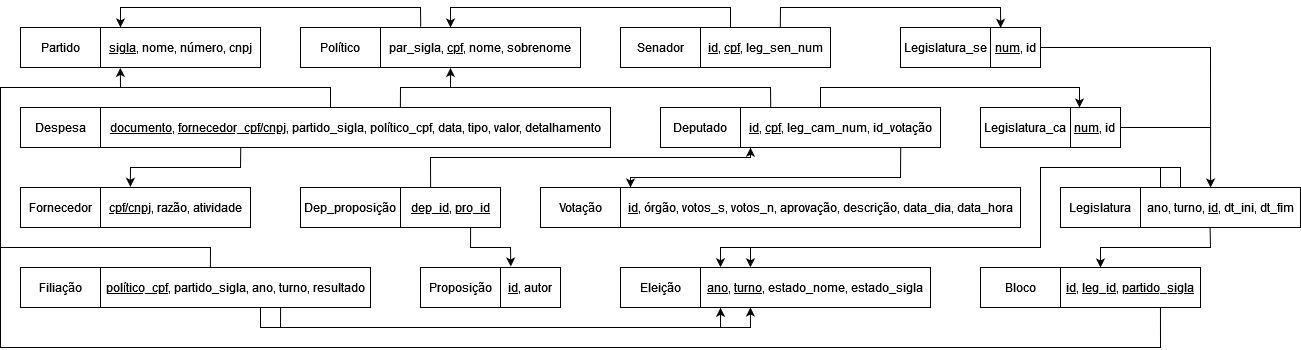
Earlier version of the draw.io export Modelo_Relacional.drawio.png (EnzoGuido1/Sistema-de-analise-de-dados-abertos). Source tidied: cells renumbered, new cells last; positions are measured from the earlier drawing's top-left corner, leaving out a move shared by most shapes.
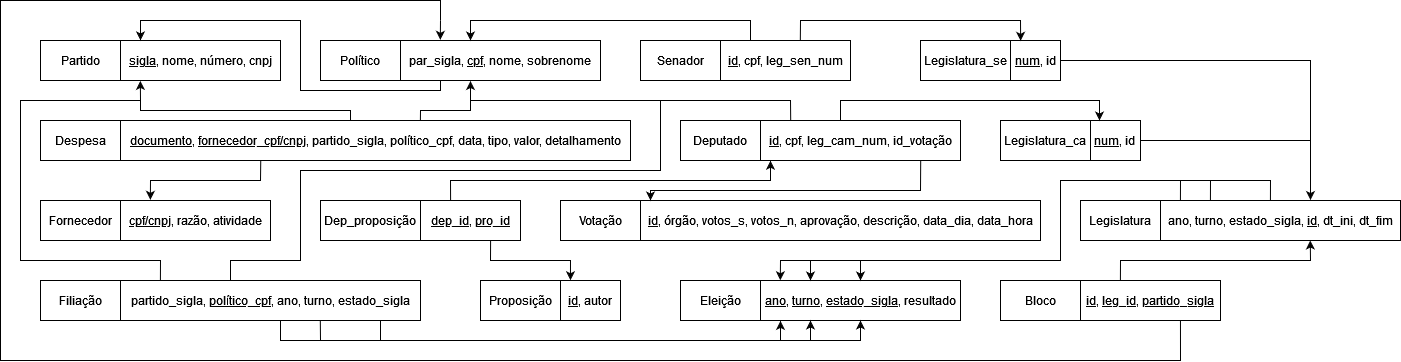
Later version of the same file.

Commit message:
Terceiro modelo relacional 3-FNBC

The edit, as a diff of the source:
```diff
@@ -2,6 +2,17 @@
   <root>
     <mxCell id="0" />
     <mxCell id="1" parent="0" />
+    <mxCell id="53" style="endArrow=none;html=1;rounded=0;entryX=0.714;entryY=1.003;entryDx=0;entryDy=0;entryPerimeter=0;" parent="1" edge="1" target="49">
+      <mxGeometry relative="1" as="geometry">
+        <mxPoint x="420" as="sourcePoint" />
+        <Array as="points">
+          <mxPoint x="420" y="-20" />
+          <mxPoint x="-20" y="-20" />
+          <mxPoint x="-20" y="340" />
+          <mxPoint x="1160" y="340" />
+        </Array>
+      </mxGeometry>
+    </mxCell>
     <mxCell id="2" value="Político" style="rounded=0;whiteSpace=wrap;html=1;" parent="1" vertex="1">
       <mxGeometry x="300" y="20" width="80" height="40" as="geometry" />
     </mxCell>
@@ -11,13 +22,13 @@
     <mxCell id="4" value="Senador" style="rounded=0;whiteSpace=wrap;html=1;" parent="1" vertex="1">
       <mxGeometry x="620" y="20" width="80" height="40" as="geometry" />
     </mxCell>
-    <mxCell id="5" value="&lt;u&gt;id&lt;/u&gt;, &lt;u&gt;cpf&lt;/u&gt;, leg_sen_num" style="rounded=0;whiteSpace=wrap;html=1;" parent="1" vertex="1">
+    <mxCell id="5" value="&lt;u&gt;id&lt;/u&gt;, cpf, leg_sen_num" style="rounded=0;whiteSpace=wrap;html=1;" parent="1" vertex="1">
       <mxGeometry x="700" y="20" width="130" height="40" as="geometry" />
     </mxCell>
     <mxCell id="6" value="Deputado" style="rounded=0;whiteSpace=wrap;html=1;" parent="1" vertex="1">
       <mxGeometry x="660" y="100" width="80" height="40" as="geometry" />
     </mxCell>
-    <mxCell id="7" value="&lt;u&gt;id&lt;/u&gt;, &lt;u&gt;cpf&lt;/u&gt;, leg_cam_num, id_votação" style="rounded=0;whiteSpace=wrap;html=1;" parent="1" vertex="1">
+    <mxCell id="7" value="&lt;u&gt;id&lt;/u&gt;, cpf, leg_cam_num, id_votação" style="rounded=0;whiteSpace=wrap;html=1;" parent="1" vertex="1">
       <mxGeometry x="740" y="100" width="200" height="40" as="geometry" />
     </mxCell>
     <mxCell id="8" value="Legislatura_se" style="rounded=0;whiteSpace=wrap;html=1;" parent="1" vertex="1">
@@ -35,8 +46,8 @@
     <mxCell id="12" value="Legislatura" style="rounded=0;whiteSpace=wrap;html=1;" parent="1" vertex="1">
       <mxGeometry x="1060" y="180" width="80" height="40" as="geometry" />
     </mxCell>
-    <mxCell id="13" value="ano, turno, &lt;u&gt;id&lt;/u&gt;, dt_ini, dt_fim" style="rounded=0;whiteSpace=wrap;html=1;" parent="1" vertex="1">
-      <mxGeometry x="1140" y="180" width="160" height="40" as="geometry" />
+    <mxCell id="13" value="ano, turno, estado_sigla, &lt;u&gt;id&lt;/u&gt;, dt_ini, dt_fim" style="rounded=0;whiteSpace=wrap;html=1;" parent="1" vertex="1">
+      <mxGeometry x="1140" y="180" width="240" height="40" as="geometry" />
     </mxCell>
     <mxCell id="14" value="Partido" style="rounded=0;whiteSpace=wrap;html=1;" parent="1" vertex="1">
       <mxGeometry x="20" y="20" width="80" height="40" as="geometry" />
@@ -59,8 +70,8 @@
     <mxCell id="20" value="Filiação" style="rounded=0;whiteSpace=wrap;html=1;" parent="1" vertex="1">
       <mxGeometry x="20" y="260" width="80" height="40" as="geometry" />
     </mxCell>
-    <mxCell id="21" value="&lt;u&gt;político_cpf&lt;/u&gt;, partido_sigla, ano, turno, resultado " style="rounded=0;whiteSpace=wrap;html=1;" parent="1" vertex="1">
-      <mxGeometry x="100" y="260" width="270" height="40" as="geometry" />
+    <mxCell id="21" value="partido_sigla, &lt;u&gt;político_cpf,&lt;/u&gt; ano, turno, estado_sigla " style="rounded=0;whiteSpace=wrap;html=1;" parent="1" vertex="1">
+      <mxGeometry x="100" y="260" width="300" height="40" as="geometry" />
     </mxCell>
     <mxCell id="22" value="Dep_proposição" style="rounded=0;whiteSpace=wrap;html=1;" parent="1" vertex="1">
       <mxGeometry x="300" y="180" width="100" height="40" as="geometry" />
@@ -69,10 +80,10 @@
       <mxGeometry x="400" y="180" width="100" height="40" as="geometry" />
     </mxCell>
     <mxCell id="24" value="Proposição" style="rounded=0;whiteSpace=wrap;html=1;" parent="1" vertex="1">
-      <mxGeometry x="420" y="260" width="80" height="40" as="geometry" />
+      <mxGeometry x="460" y="260" width="80" height="40" as="geometry" />
     </mxCell>
     <mxCell id="25" value="&lt;u&gt;id&lt;/u&gt;, autor" style="rounded=0;whiteSpace=wrap;html=1;" parent="1" vertex="1">
-      <mxGeometry x="500" y="260" width="60" height="40" as="geometry" />
+      <mxGeometry x="540" y="260" width="60" height="40" as="geometry" />
     </mxCell>
     <mxCell id="26" value="Votação" style="rounded=0;whiteSpace=wrap;html=1;" parent="1" vertex="1">
       <mxGeometry x="540" y="180" width="80" height="40" as="geometry" />
@@ -116,16 +127,16 @@
         </Array>
       </mxGeometry>
     </mxCell>
-    <mxCell id="32" style="endArrow=classic;html=1;rounded=0;exitX=1;exitY=0.5;exitDx=0;exitDy=0;entryX=0.438;entryY=0;entryDx=0;entryDy=0;entryPerimeter=0;" parent="1" edge="1" source="9" target="13">
+    <mxCell id="32" style="endArrow=classic;html=1;rounded=0;exitX=1;exitY=0.5;exitDx=0;exitDy=0;entryX=0.625;entryY=-0.012;entryDx=0;entryDy=0;entryPerimeter=0;" parent="1" edge="1" source="9" target="13">
       <mxGeometry relative="1" as="geometry">
         <Array as="points">
-          <mxPoint x="1210" y="40" />
+          <mxPoint x="1290" y="40" />
         </Array>
       </mxGeometry>
     </mxCell>
     <mxCell id="33" style="endArrow=none;html=1;rounded=0;exitX=1;exitY=0.5;exitDx=0;exitDy=0;" parent="1" edge="1" source="11">
       <mxGeometry relative="1" as="geometry">
-        <mxPoint x="1210" y="120" as="targetPoint" />
+        <mxPoint x="1290" y="120" as="targetPoint" />
       </mxGeometry>
     </mxCell>
     <mxCell id="34" style="endArrow=classic;html=1;rounded=0;exitX=0.275;exitY=0.998;exitDx=0;exitDy=0;exitPerimeter=0;entryX=0.199;entryY=-0.017;entryDx=0;entryDy=0;entryPerimeter=0;" parent="1" edge="1" source="17" target="19">
@@ -136,26 +147,27 @@
         </Array>
       </mxGeometry>
     </mxCell>
-    <mxCell id="35" style="endArrow=classic;html=1;rounded=0;exitX=0.701;exitY=1.001;exitDx=0;exitDy=0;exitPerimeter=0;entryX=0.172;entryY=-0.026;entryDx=0;entryDy=0;entryPerimeter=0;" parent="1" edge="1" source="23" target="25">
+    <mxCell id="35" style="endArrow=classic;html=1;rounded=0;exitX=0.701;exitY=1.001;exitDx=0;exitDy=0;exitPerimeter=0;entryX=0.166;entryY=-0.006;entryDx=0;entryDy=0;entryPerimeter=0;" parent="1" edge="1" source="23" target="25">
       <mxGeometry relative="1" as="geometry">
         <Array as="points">
           <mxPoint x="470" y="240" />
-          <mxPoint x="510" y="240" />
+          <mxPoint x="550" y="240" />
         </Array>
       </mxGeometry>
     </mxCell>
     <mxCell id="36" style="endArrow=classic;html=1;rounded=0;exitX=0.301;exitY=-0.003;exitDx=0;exitDy=0;exitPerimeter=0;entryX=0.05;entryY=1.005;entryDx=0;entryDy=0;entryPerimeter=0;" parent="1" edge="1" source="23" target="7">
       <mxGeometry relative="1" as="geometry">
         <Array as="points">
-          <mxPoint x="430" y="150" />
-          <mxPoint x="750" y="150" />
+          <mxPoint x="430" y="160" />
+          <mxPoint x="750" y="160" />
         </Array>
       </mxGeometry>
     </mxCell>
     <mxCell id="37" style="endArrow=classic;html=1;rounded=0;entryX=0.124;entryY=1.01;entryDx=0;entryDy=0;entryPerimeter=0;exitX=0.451;exitY=-0.003;exitDx=0;exitDy=0;exitPerimeter=0;" parent="1" edge="1" source="17" target="15">
       <mxGeometry relative="1" as="geometry">
         <Array as="points">
-          <mxPoint x="330" y="80" />
+          <mxPoint x="330" y="90" />
+          <mxPoint x="120" y="90" />
           <mxPoint x="120" y="80" />
         </Array>
       </mxGeometry>
@@ -164,7 +176,8 @@
       <mxGeometry relative="1" as="geometry">
         <mxPoint x="450" y="80" as="targetPoint" />
         <Array as="points">
-          <mxPoint x="400" y="80" />
+          <mxPoint x="400" y="90" />
+          <mxPoint x="450" y="90" />
         </Array>
       </mxGeometry>
     </mxCell>
@@ -177,57 +190,63 @@
       </mxGeometry>
     </mxCell>
     <mxCell id="40" value="Eleição" style="rounded=0;whiteSpace=wrap;html=1;" parent="1" vertex="1">
-      <mxGeometry x="620" y="260" width="80" height="40" as="geometry" />
+      <mxGeometry x="660" y="260" width="80" height="40" as="geometry" />
     </mxCell>
-    <mxCell id="41" value="&lt;u&gt;ano&lt;/u&gt;, &lt;u&gt;turno&lt;/u&gt;, estado_nome, estado_sigla" style="rounded=0;whiteSpace=wrap;html=1;" parent="1" vertex="1">
-      <mxGeometry x="700" y="260" width="230" height="40" as="geometry" />
+    <mxCell id="41" value="&lt;u&gt;ano&lt;/u&gt;, &lt;u&gt;turno&lt;/u&gt;, &lt;u&gt;estado_sigla&lt;/u&gt;, resultado" style="rounded=0;whiteSpace=wrap;html=1;" parent="1" vertex="1">
+      <mxGeometry x="740" y="260" width="200" height="40" as="geometry" />
     </mxCell>
-    <mxCell id="42" style="endArrow=classic;html=1;rounded=0;exitX=0.25;exitY=0;exitDx=0;exitDy=0;entryX=0.217;entryY=-0.004;entryDx=0;entryDy=0;entryPerimeter=0;" parent="1" edge="1" source="13" target="41">
+    <mxCell id="42" style="endArrow=classic;html=1;rounded=0;entryX=0.25;entryY=0;entryDx=0;entryDy=0;exitX=0.458;exitY=0.003;exitDx=0;exitDy=0;exitPerimeter=0;" parent="1" edge="1" source="13" target="41">
       <mxGeometry relative="1" as="geometry">
         <Array as="points">
-          <mxPoint x="1180" y="160" />
+          <mxPoint x="1250" y="160" />
           <mxPoint x="1040" y="160" />
           <mxPoint x="1040" y="240" />
-          <mxPoint x="750" y="240" />
+          <mxPoint x="790" y="240" />
         </Array>
       </mxGeometry>
     </mxCell>
-    <mxCell id="43" style="endArrow=classic;html=1;rounded=0;entryX=0.087;entryY=1.007;entryDx=0;entryDy=0;entryPerimeter=0;" parent="1" edge="1" target="41">
+    <mxCell id="43" style="endArrow=classic;html=1;rounded=0;entryX=0.1;entryY=1.01;entryDx=0;entryDy=0;entryPerimeter=0;exitX=0.666;exitY=0.994;exitDx=0;exitDy=0;exitPerimeter=0;" parent="1" edge="1" source="21" target="41">
       <mxGeometry relative="1" as="geometry">
-        <mxPoint x="260" y="300" as="sourcePoint" />
         <Array as="points">
-          <mxPoint x="260" y="320" />
-          <mxPoint x="720" y="320" />
+          <mxPoint x="300" y="320" />
+          <mxPoint x="760" y="320" />
         </Array>
       </mxGeometry>
     </mxCell>
-    <mxCell id="44" style="endArrow=none;html=1;rounded=0;exitX=0.667;exitY=1.011;exitDx=0;exitDy=0;exitPerimeter=0;" parent="1" edge="1" source="21">
+    <mxCell id="44" style="endArrow=none;html=1;rounded=0;" parent="1" edge="1">
       <mxGeometry relative="1" as="geometry">
-        <mxPoint x="280" y="320" as="targetPoint" />
+        <mxPoint x="260" y="300" as="sourcePoint" />
+        <mxPoint x="300" y="320" as="targetPoint" />
+        <Array as="points">
+          <mxPoint x="260" y="320" />
+        </Array>
       </mxGeometry>
     </mxCell>
-    <mxCell id="45" style="endArrow=classic;html=1;rounded=0;entryX=0.217;entryY=1;entryDx=0;entryDy=0;entryPerimeter=0;" parent="1" edge="1" target="41">
+    <mxCell id="45" style="endArrow=classic;html=1;rounded=0;entryX=0.25;entryY=1;entryDx=0;entryDy=0;" parent="1" edge="1" target="41">
       <mxGeometry relative="1" as="geometry">
-        <mxPoint x="720" y="320" as="sourcePoint" />
+        <mxPoint x="760" y="320" as="sourcePoint" />
         <Array as="points">
-          <mxPoint x="750" y="320" />
+          <mxPoint x="790" y="320" />
         </Array>
       </mxGeometry>
     </mxCell>
-    <mxCell id="46" style="endArrow=none;html=1;rounded=0;exitX=0.407;exitY=-0.009;exitDx=0;exitDy=0;exitPerimeter=0;" parent="1" edge="1" source="21">
+    <mxCell id="46" style="endArrow=none;html=1;rounded=0;exitX=0.133;exitY=-0.007;exitDx=0;exitDy=0;exitPerimeter=0;" parent="1" edge="1" source="21">
       <mxGeometry relative="1" as="geometry">
         <mxPoint x="120" y="80" as="targetPoint" />
         <Array as="points">
-          <mxPoint x="210" y="240" />
+          <mxPoint x="140" y="240" />
           <mxPoint y="240" />
           <mxPoint y="80" />
         </Array>
       </mxGeometry>
     </mxCell>
-    <mxCell id="47" style="endArrow=classic;html=1;rounded=0;exitX=0.201;exitY=-0.016;exitDx=0;exitDy=0;exitPerimeter=0;entryX=0.125;entryY=-0.002;entryDx=0;entryDy=0;entryPerimeter=0;" parent="1" edge="1" source="3" target="15">
+    <mxCell id="47" style="endArrow=classic;html=1;rounded=0;entryX=0.125;entryY=-0.002;entryDx=0;entryDy=0;entryPerimeter=0;" parent="1" edge="1" target="15">
       <mxGeometry relative="1" as="geometry">
+        <mxPoint x="420" y="60" as="sourcePoint" />
         <Array as="points">
-          <mxPoint x="420" />
+          <mxPoint x="420" y="70" />
+          <mxPoint x="280" y="70" />
+          <mxPoint x="280" />
           <mxPoint x="120" />
         </Array>
       </mxGeometry>
@@ -238,36 +257,68 @@
     <mxCell id="49" value="&lt;u&gt;id&lt;/u&gt;, &lt;u&gt;leg_id&lt;/u&gt;, &lt;u&gt;partido_sigla&lt;/u&gt;" style="rounded=0;whiteSpace=wrap;html=1;" parent="1" vertex="1">
       <mxGeometry x="1060" y="260" width="140" height="40" as="geometry" />
     </mxCell>
-    <mxCell id="50" style="endArrow=classic;html=1;rounded=0;entryX=0.087;entryY=-0.006;entryDx=0;entryDy=0;entryPerimeter=0;" parent="1" edge="1" target="41">
+    <mxCell id="50" style="endArrow=classic;html=1;rounded=0;entryX=0.099;entryY=-0.006;entryDx=0;entryDy=0;entryPerimeter=0;" parent="1" edge="1" target="41">
       <mxGeometry relative="1" as="geometry">
-        <mxPoint x="750" y="240" as="sourcePoint" />
+        <mxPoint x="790" y="240" as="sourcePoint" />
         <Array as="points">
-          <mxPoint x="720" y="240" />
+          <mxPoint x="760" y="240" />
         </Array>
       </mxGeometry>
     </mxCell>
-    <mxCell id="51" style="endArrow=none;html=1;rounded=0;exitX=0.125;exitY=0;exitDx=0;exitDy=0;exitPerimeter=0;" parent="1" edge="1" source="13">
+    <mxCell id="51" style="endArrow=none;html=1;rounded=0;exitX=0.083;exitY=0.001;exitDx=0;exitDy=0;exitPerimeter=0;" parent="1" edge="1" source="13">
       <mxGeometry relative="1" as="geometry">
         <mxPoint x="1160" y="160" as="targetPoint" />
       </mxGeometry>
     </mxCell>
-    <mxCell id="52" style="endArrow=classic;html=1;rounded=0;exitX=0.435;exitY=1.003;exitDx=0;exitDy=0;exitPerimeter=0;" parent="1" edge="1" source="13">
-      <mxGeometry relative="1" as="geometry">
-        <mxPoint x="1100" y="260" as="targetPoint" />
-        <Array as="points">
-          <mxPoint x="1210" y="240" />
-          <mxPoint x="1100" y="240" />
-        </Array>
-      </mxGeometry>
-    </mxCell>
-    <mxCell id="53" style="endArrow=none;html=1;rounded=0;entryX=0.714;entryY=1.003;entryDx=0;entryDy=0;entryPerimeter=0;" parent="1" edge="1" target="49">
-      <mxGeometry relative="1" as="geometry">
-        <mxPoint y="240" as="sourcePoint" />
-        <Array as="points">
-          <mxPoint y="340" />
-          <mxPoint x="1160" y="340" />
-        </Array>
-      </mxGeometry>
-    </mxCell>
+    <mxCell id="54" style="endArrow=classic;html=1;rounded=0;entryX=0.5;entryY=1;entryDx=0;entryDy=0;" parent="1" edge="1" target="41">
+      <mxGeometry relative="1" as="geometry">
+        <mxPoint x="790" y="320" as="sourcePoint" />
+        <Array as="points">
+          <mxPoint x="840" y="320" />
+        </Array>
+      </mxGeometry>
+    </mxCell>
+    <mxCell id="55" style="endArrow=classic;html=1;rounded=0;entryX=0.5;entryY=0;entryDx=0;entryDy=0;" parent="1" edge="1" target="41">
+      <mxGeometry relative="1" as="geometry">
+        <mxPoint x="840" y="240" as="sourcePoint" />
+      </mxGeometry>
+    </mxCell>
+    <mxCell id="56" style="endArrow=none;html=1;rounded=0;" parent="1" edge="1">
+      <mxGeometry relative="1" as="geometry">
+        <mxPoint x="360" y="300" as="sourcePoint" />
+        <mxPoint x="360" y="320" as="targetPoint" />
+      </mxGeometry>
+    </mxCell>
+    <mxCell id="57" style="endArrow=none;html=1;rounded=0;exitX=0.208;exitY=0.002;exitDx=0;exitDy=0;exitPerimeter=0;" parent="1" edge="1" source="13">
+      <mxGeometry relative="1" as="geometry">
+        <mxPoint x="1190" y="160" as="targetPoint" />
+      </mxGeometry>
+    </mxCell>
+    <mxCell id="58" style="endArrow=classic;html=1;rounded=0;exitX=0.285;exitY=-0.005;exitDx=0;exitDy=0;exitPerimeter=0;entryX=0.624;entryY=1;entryDx=0;entryDy=0;entryPerimeter=0;" parent="1" edge="1" source="49" target="13">
+      <mxGeometry relative="1" as="geometry">
+        <Array as="points">
+          <mxPoint x="1100" y="240" />
+          <mxPoint x="1290" y="240" />
+        </Array>
+      </mxGeometry>
+    </mxCell>
+    <mxCell id="59" style="endArrow=classic;html=1;rounded=0;entryX=0.199;entryY=-0.017;entryDx=0;entryDy=0;entryPerimeter=0;" parent="1" edge="1" target="3">
+      <mxGeometry relative="1" as="geometry">
+        <mxPoint x="420" as="sourcePoint" />
+      </mxGeometry>
+    </mxCell>
+    <mxCell id="60" style="endArrow=none;html=1;rounded=0;" parent="1" edge="1">
+      <mxGeometry relative="1" as="geometry">
+        <mxPoint x="210" y="260" as="sourcePoint" />
+        <mxPoint x="640" y="80" as="targetPoint" />
+        <Array as="points">
+          <mxPoint x="210" y="240" />
+          <mxPoint x="220" y="240" />
+          <mxPoint x="280" y="240" />
+          <mxPoint x="280" y="150" />
+          <mxPoint x="640" y="150" />
+        </Array>
+      </mxGeometry>
+    </mxCell>
   </root>
 </mxGraphModel>
```
